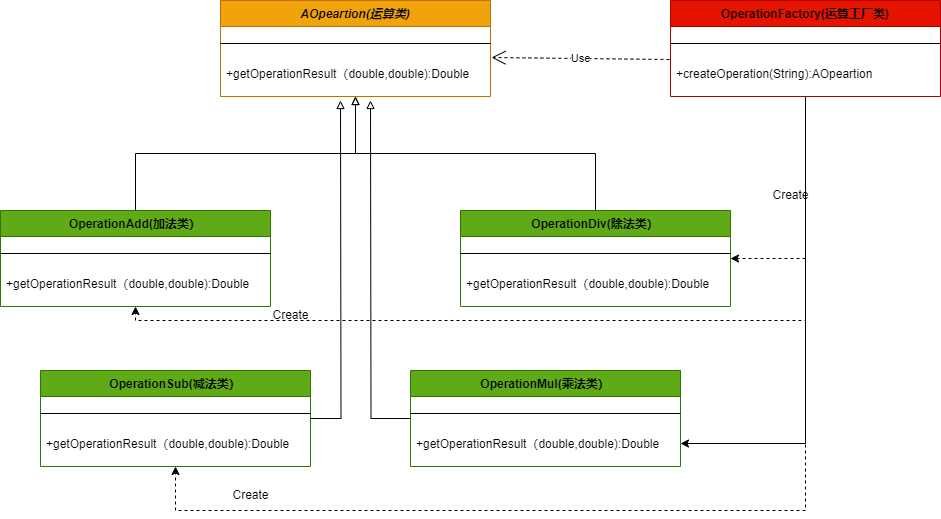
uncle-Parker/picb keeps this draw.io diagram as 简单工厂模式之简易计算器.drawio.png. Above is the earlier version. Source tidied: cells renumbered, new cells last; positions are measured from the earlier drawing's top-left corner, leaving out a move shared by most shapes.
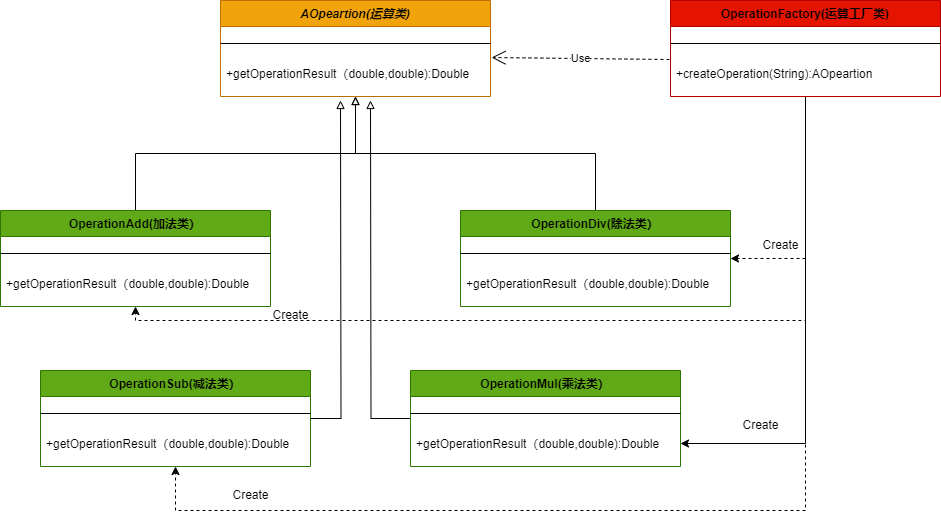
After the change.

Commit message:
更新简单工厂模式之简易计算器.drawio.png

The edit, as a diff of the source:
```diff
@@ -101,10 +101,13 @@
       <mxGeometry x="260" y="300" width="60" height="30" as="geometry" />
     </mxCell>
     <mxCell id="30" value="Create" style="text;html=1;align=center;verticalAlign=middle;strokeColor=none;fillColor=none;" parent="1" vertex="1">
-      <mxGeometry x="760" y="180" width="60" height="30" as="geometry" />
+      <mxGeometry x="750" y="230" width="60" height="30" as="geometry" />
     </mxCell>
     <mxCell id="31" value="Create" style="text;html=1;align=center;verticalAlign=middle;strokeColor=none;fillColor=none;" parent="1" vertex="1">
       <mxGeometry x="220" y="480" width="60" height="30" as="geometry" />
     </mxCell>
+    <mxCell id="32" value="Create" style="text;html=1;align=center;verticalAlign=middle;strokeColor=none;fillColor=none;" parent="1" vertex="1">
+      <mxGeometry x="730" y="410" width="60" height="30" as="geometry" />
+    </mxCell>
   </root>
 </mxGraphModel>
```
